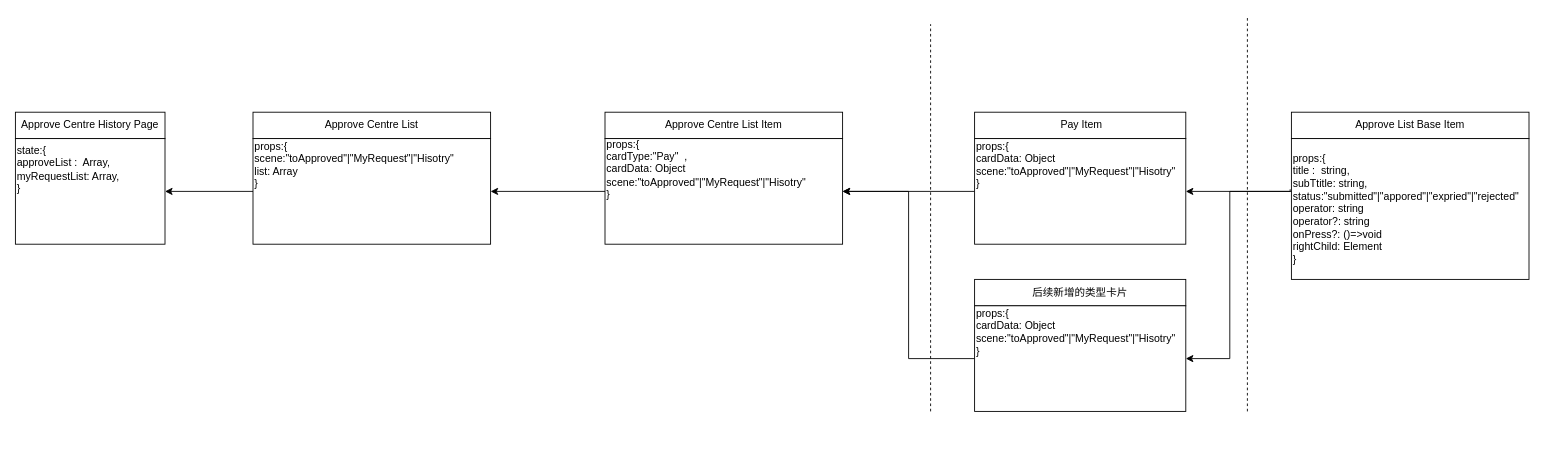
Earlier version of the draw.io diagram page "第 5 页" (5 of 5) of approveCentre.drawio (RexYao97/sfrex). Source tidied: cells renumbered, new cells numbered last; positions are measured from the earlier drawing's top-left corner, leaving out a move shared by most shapes. Both pictures are drawn from the tidied source at 88%, with x=0, y=0 at pixel (15, 15).
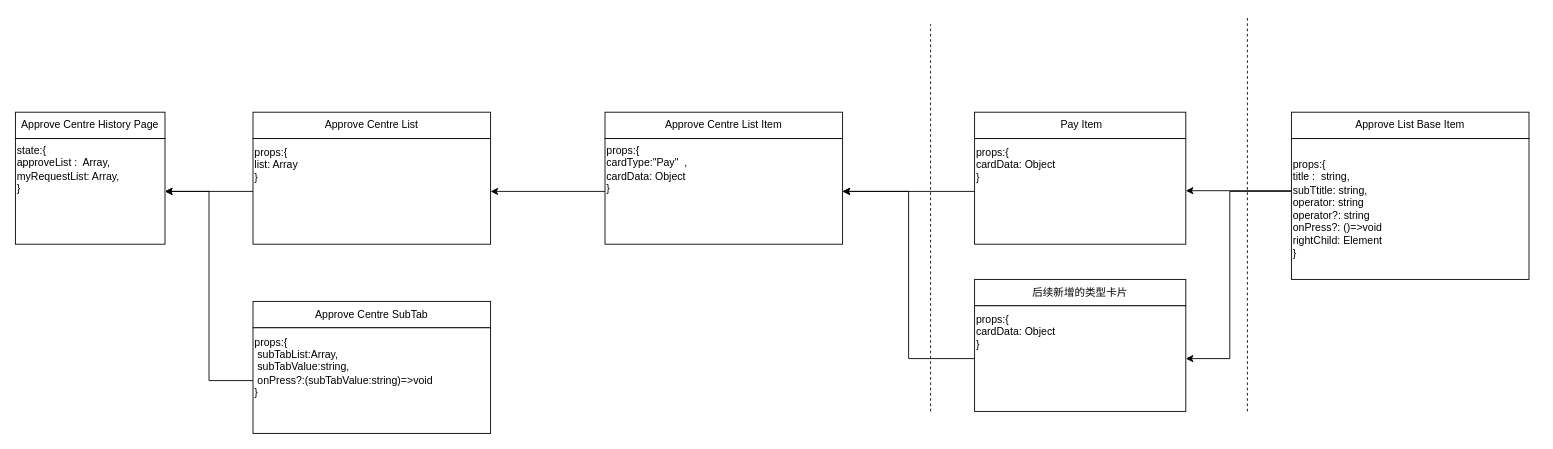
The same diagram, later.

Unchanged cells that the change refers to:
```xml
<mxCell id="3" style="rounded=0;whiteSpace=wrap;html=1;" parent="1" vertex="1">
  <mxGeometry y="140" width="170" height="120" as="geometry" />
</mxCell>
```

The edit, as a diff of the source:
```diff
@@
-    <mxCell id="18" value="props:{&lt;br&gt;title :&amp;nbsp; string,&lt;br&gt;subTtitle: string,&lt;br&gt;status:&quot;submitted&quot;|&quot;appored&quot;|&quot;expried&quot;|&quot;rejected&quot;&lt;br&gt;operator: string&lt;br&gt;operator?: string&lt;br&gt;onPress?: ()=&amp;gt;void&lt;br&gt;rightChild: Element&lt;br&gt;}" style="text;html=1;align=left;verticalAlign=middle;points=[];strokeColor=none;fillColor=none;" parent="1" vertex="1">
-      <mxGeometry x="1450" y="150" width="280" height="140" as="geometry" />
+    <mxCell id="18" value="props:{&lt;br&gt;title :&amp;nbsp; string,&lt;br&gt;subTtitle: string,&lt;br&gt;operator: string&lt;br&gt;operator?: string&lt;br&gt;onPress?: ()=&amp;gt;void&lt;br&gt;rightChild: Element&lt;br&gt;}" style="text;html=1;align=left;verticalAlign=middle;points=[];strokeColor=none;fillColor=none;" parent="1" vertex="1">
+      <mxGeometry x="1450" y="155" width="120" height="130" as="geometry" />
     </mxCell>
-    <mxCell id="19" value="props:{&lt;br&gt;scene:&quot;toApproved&quot;|&quot;MyRequest&quot;|&quot;Hisotry&quot;&lt;br&gt;list: Array&lt;br&gt;}" style="text;html=1;align=left;verticalAlign=middle;strokeColor=none;fillColor=none;" parent="1" vertex="1">
-      <mxGeometry x="270" y="135" width="250" height="70" as="geometry" />
+    <mxCell id="19" value="props:{&lt;br&gt;list: Array&lt;br&gt;}" style="text;html=1;align=left;verticalAlign=middle;strokeColor=none;fillColor=none;" parent="1" vertex="1">
+      <mxGeometry x="270" y="140" width="70" height="60" as="geometry" />
     </mxCell>
-    <mxCell id="20" value="props:{&lt;br&gt;cardType:&quot;Pay&quot;&amp;nbsp; ,&lt;br&gt;cardData: Object&lt;br&gt;scene:&quot;toApproved&quot;|&quot;MyRequest&quot;|&quot;Hisotry&quot;&lt;br&gt;}" style="text;html=1;align=left;verticalAlign=middle;strokeColor=none;fillColor=none;" parent="1" vertex="1">
-      <mxGeometry x="670" y="130" width="250" height="90" as="geometry" />
+    <mxCell id="20" value="props:{&lt;br&gt;cardType:&quot;Pay&quot;&amp;nbsp; ,&lt;br&gt;cardData: Object&lt;br&gt;}" style="text;html=1;align=left;verticalAlign=middle;strokeColor=none;fillColor=none;" parent="1" vertex="1">
+      <mxGeometry x="670" y="140" width="120" height="70" as="geometry" />
     </mxCell>
-    <mxCell id="21" value="props:{&lt;br&gt;cardData: Object&lt;br&gt;scene:&quot;toApproved&quot;|&quot;MyRequest&quot;|&quot;Hisotry&quot;&lt;br&gt;}" style="text;html=1;align=left;verticalAlign=middle;strokeColor=none;fillColor=none;" parent="1" vertex="1">
-      <mxGeometry x="1090" y="135" width="250" height="70" as="geometry" />
+    <mxCell id="21" value="props:{&lt;br&gt;cardData: Object&lt;br&gt;}" style="text;html=1;align=left;verticalAlign=middle;strokeColor=none;fillColor=none;" parent="1" vertex="1">
+      <mxGeometry x="1090" y="140" width="110" height="60" as="geometry" />
     </mxCell>
@@
-    <mxCell id="27" value="props:{&lt;br style=&quot;border-color: var(--border-color);&quot;&gt;cardData: Object&lt;br style=&quot;border-color: var(--border-color);&quot;&gt;scene:&quot;toApproved&quot;|&quot;MyRequest&quot;|&quot;Hisotry&quot;&lt;br style=&quot;border-color: var(--border-color);&quot;&gt;}" style="text;html=1;align=left;verticalAlign=middle;strokeColor=none;fillColor=none;" parent="1" vertex="1">
-      <mxGeometry x="1090" y="325" width="250" height="70" as="geometry" />
+    <mxCell id="27" value="props:{&lt;br style=&quot;border-color: var(--border-color);&quot;&gt;cardData: Object&lt;br style=&quot;border-color: var(--border-color);&quot;&gt;}" style="text;html=1;align=left;verticalAlign=middle;strokeColor=none;fillColor=none;" parent="1" vertex="1">
+      <mxGeometry x="1090" y="330" width="110" height="60" as="geometry" />
     </mxCell>
+    <mxCell id="28" value="Approve Centre SubTab" style="rounded=0;whiteSpace=wrap;html=1;" parent="1" vertex="1">
+      <mxGeometry x="270" y="325" width="270" height="30" as="geometry" />
+    </mxCell>
+    <mxCell id="29" style="edgeStyle=orthogonalEdgeStyle;rounded=0;jettySize=auto;html=1;entryX=1;entryY=0.5;entryDx=0;entryDy=0;" parent="1" edge="1" source="30" target="3">
+      <mxGeometry relative="1" as="geometry">
+        <Array as="points">
+          <mxPoint x="220" y="415" />
+          <mxPoint x="220" y="200" />
+        </Array>
+      </mxGeometry>
+    </mxCell>
+    <mxCell id="30" style="rounded=0;whiteSpace=wrap;html=1;" parent="1" vertex="1">
+      <mxGeometry x="270" y="355" width="270" height="120" as="geometry" />
+    </mxCell>
+    <mxCell id="31" value="props:{&lt;br&gt;&amp;nbsp;subTabList:Array,&lt;br&gt;&amp;nbsp;subTabValue:string,&lt;br&gt;&amp;nbsp;onPress?:(subTabValue:string)=&amp;gt;void&lt;br&gt;}" style="text;html=1;align=left;verticalAlign=middle;strokeColor=none;fillColor=none;" parent="1" vertex="1">
+      <mxGeometry x="270" y="355" width="230" height="90" as="geometry" />
+    </mxCell>
```
